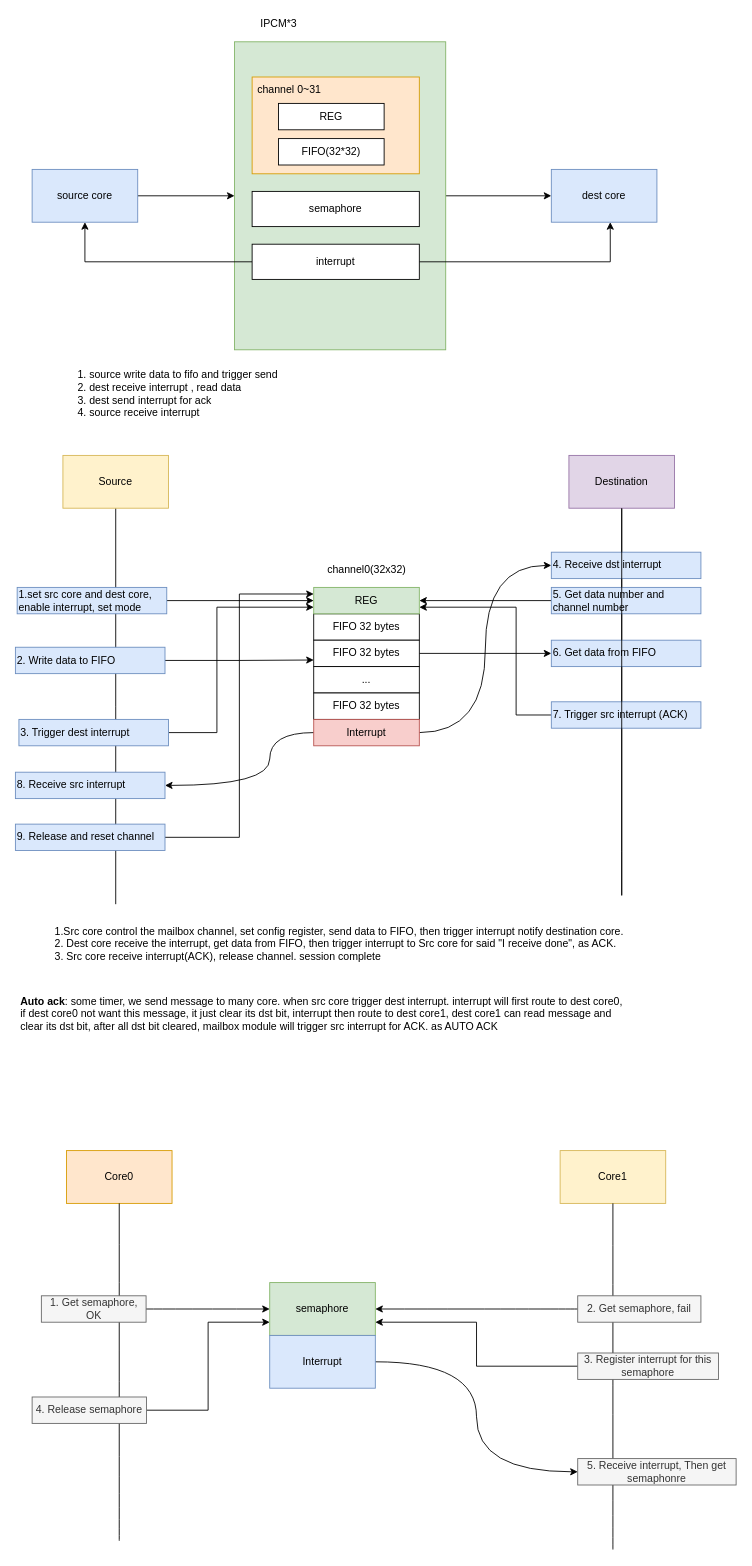
This is page "mailbox" (10 of 10) of alius.drawio from thomas-coding/drawio, a draw.io file, before an edit. Source tidied: cells renumbered, new cells numbered last; positions are measured from the earlier drawing's top-left corner, leaving out a move shared by most shapes. Both pictures are drawn from the tidied source at 88%, with x=0, y=0 at pixel (15, 15).
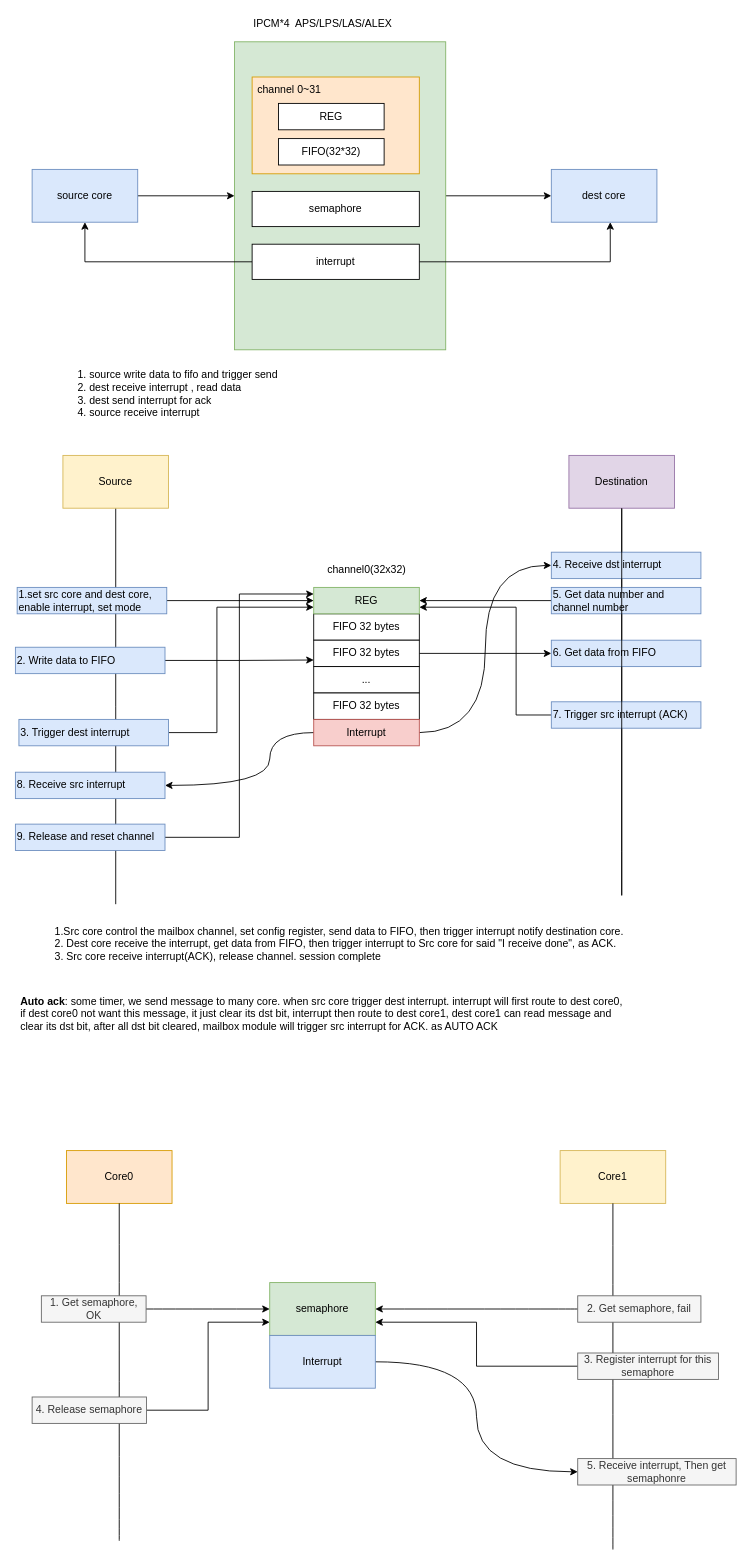
Above is the later version.

Change to the diagram source:
```diff
@@
-    <mxCell id="7" value="IPCM*3" style="text;html=1;align=center;verticalAlign=middle;strokeColor=none;fillColor=none;" parent="1" vertex="1">
-      <mxGeometry x="269" width="60" height="20" as="geometry" />
+    <mxCell id="7" value="IPCM*4&amp;nbsp; APS/LPS/LAS/ALEX" style="text;html=1;align=center;verticalAlign=middle;strokeColor=none;fillColor=none;" parent="1" vertex="1">
+      <mxGeometry x="264" width="170" height="20" as="geometry" />
     </mxCell>
```
